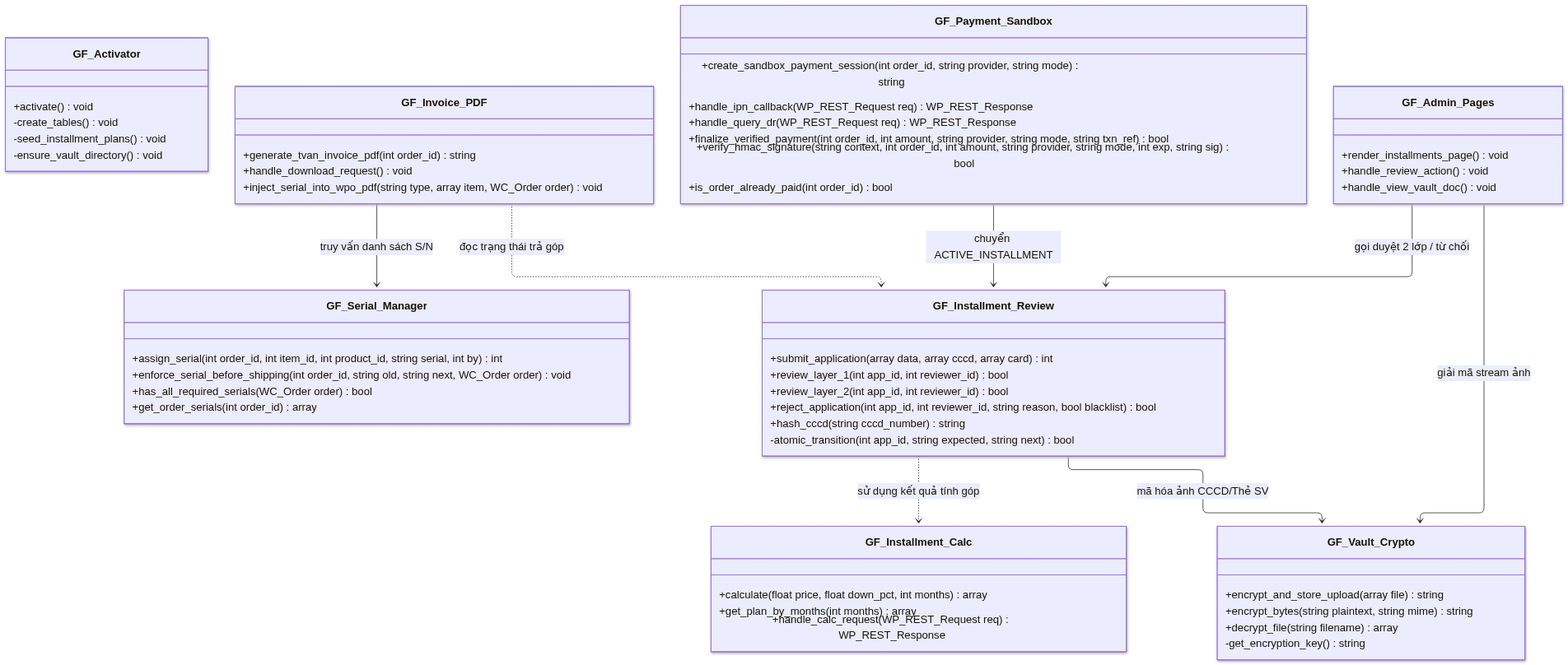
This is 2. Quy ước và Sơ đồ UML/role4_diagrams/ClassDiagram_Backend_Role4.png from nguyenthanhtri5h-bot/EC312-GearForge-HeThongTMDT, a Mermaid export, as it was before one commit. Its source is kept beside it as 2. Quy ước và Sơ đồ UML/role4_diagrams/ClassDiagram_Backend_Role4.mmd.
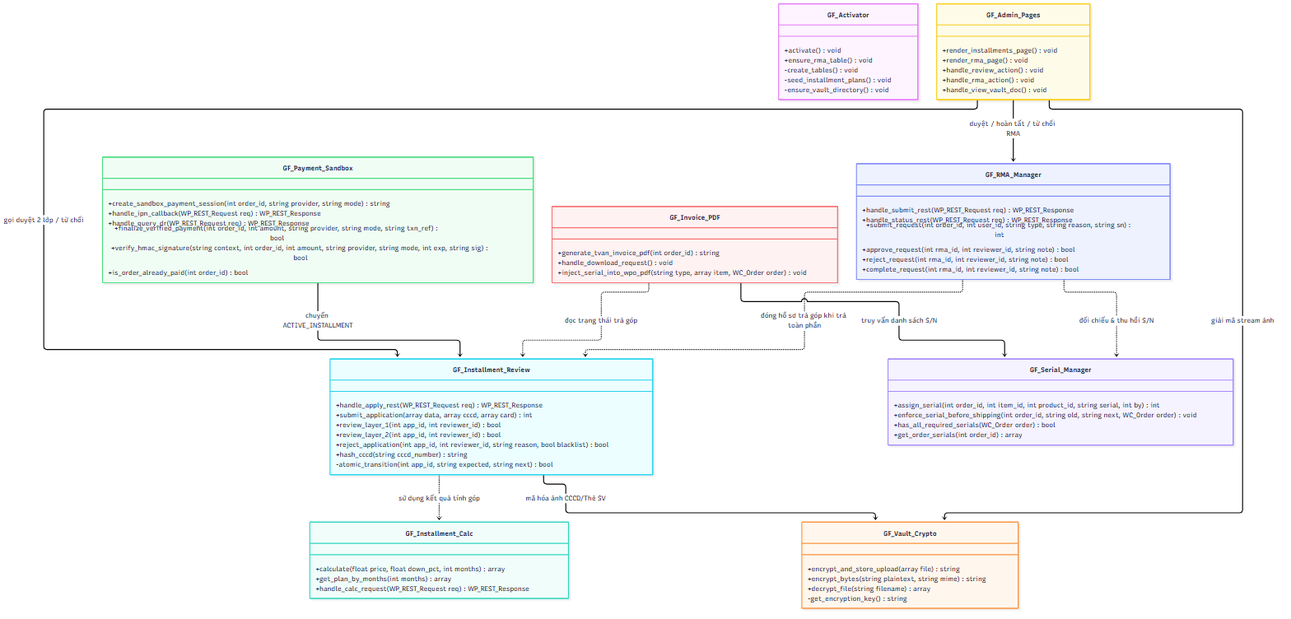
The same diagram one commit later.

Commit message:
feat(role4): bổ sung REST API nộp hồ sơ trả góp, module Đổi trả RMA và cập nhật ERD, Class Diagram, báo cáo Word

Diff of the diagram source:
```diff
@@ -1,6 +1,7 @@
 classDiagram
     class GF_Activator {
         +activate() void
+        +ensure_rma_table() void
         -create_tables() void
         -seed_installment_plans() void
         -ensure_vault_directory() void
@@ -20,6 +21,7 @@
     }
 
     class GF_Installment_Review {
+        +handle_apply_rest(WP_REST_Request req) WP_REST_Response
         +submit_application(array data, array cccd, array card) int
         +review_layer_1(int app_id, int reviewer_id) bool
         +review_layer_2(int app_id, int reviewer_id) bool
@@ -52,8 +54,19 @@
 
     class GF_Admin_Pages {
         +render_installments_page() void
+        +render_rma_page() void
         +handle_review_action() void
+        +handle_rma_action() void
         +handle_view_vault_doc() void
+    }
+
+    class GF_RMA_Manager {
+        +handle_submit_rest(WP_REST_Request req) WP_REST_Response
+        +handle_status_rest(WP_REST_Request req) WP_REST_Response
+        +submit_request(int order_id, int user_id, string type, string reason, string sn) int
+        +approve_request(int rma_id, int reviewer_id, string note) bool
+        +reject_request(int rma_id, int reviewer_id, string note) bool
+        +complete_request(int rma_id, int reviewer_id, string note) bool
     }
 
     GF_Installment_Review --> GF_Vault_Crypto : mã hóa ảnh CCCD/Thẻ SV
@@ -62,4 +75,7 @@
     GF_Invoice_PDF --> GF_Serial_Manager : truy vấn danh sách S/N
     GF_Invoice_PDF ..> GF_Installment_Review : đọc trạng thái trả góp
     GF_Admin_Pages --> GF_Installment_Review : gọi duyệt 2 lớp / từ chối
+    GF_Admin_Pages --> GF_RMA_Manager : duyệt / hoàn tất / từ chối RMA
     GF_Admin_Pages --> GF_Vault_Crypto : giải mã stream ảnh
+    GF_RMA_Manager ..> GF_Serial_Manager : đối chiếu & thu hồi S/N
+    GF_RMA_Manager ..> GF_Installment_Review : đóng hồ sơ trả góp khi trả toàn phần
```
